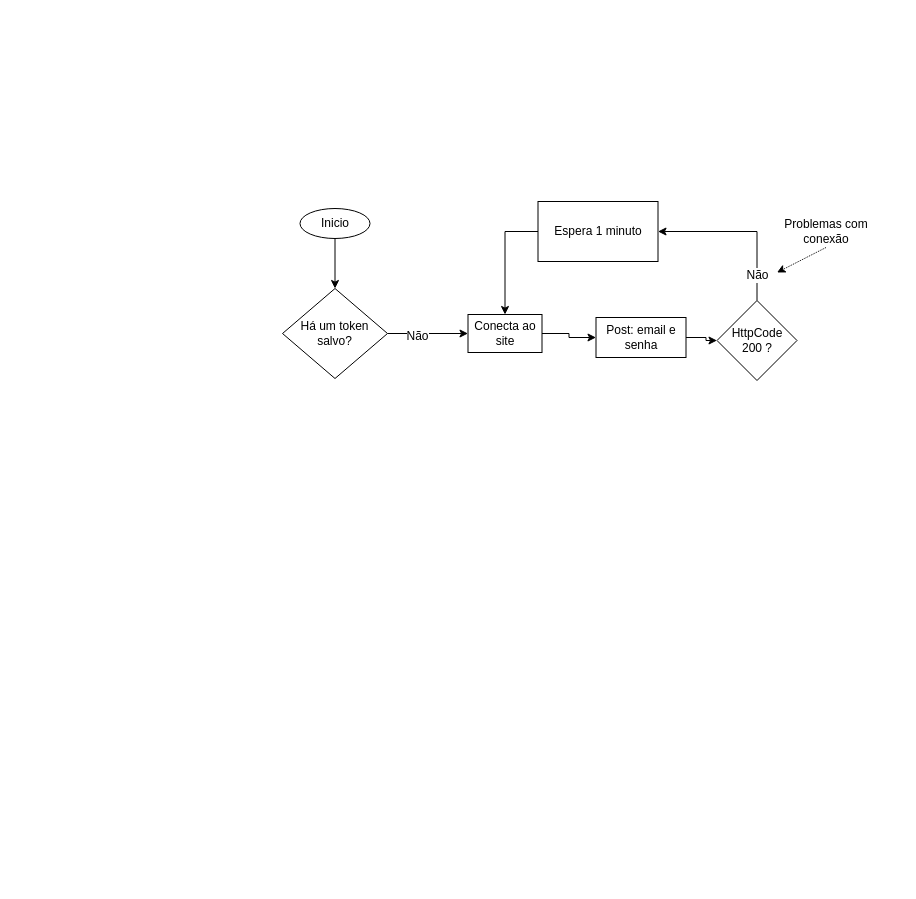
carloskaue/beerdrip keeps this draw.io diagram as Docs/Controle de envio.drawio. Above is the earlier version. Source tidied: cells renumbered, new cells numbered last; positions are measured from the earlier drawing's top-left corner, leaving out a move shared by most shapes. Both pictures are drawn from the tidied source at 100%, with x=0, y=0 at pixel (282, 201).
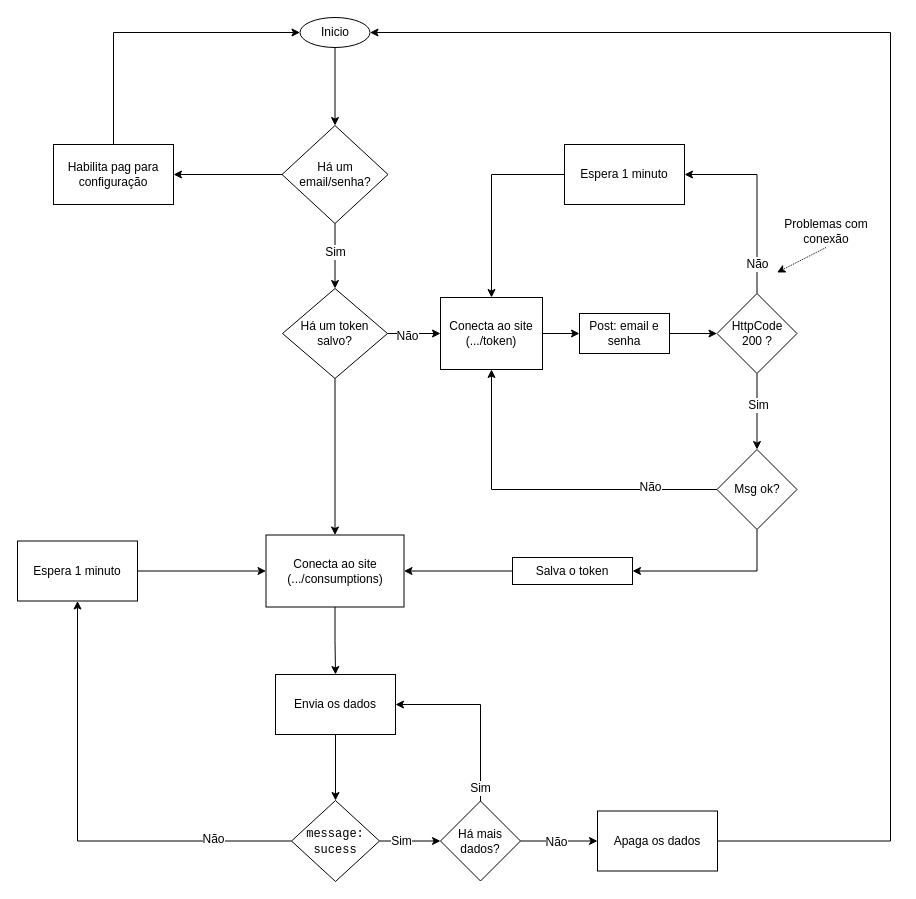
The same page after the edit.

Diff of the diagram source:
```diff
@@
-    <mxCell id="2" style="edgeStyle=orthogonalEdgeStyle;rounded=0;jettySize=auto;html=1;exitX=0.5;exitY=1;exitDx=0;exitDy=0;entryX=0.5;entryY=0;entryDx=0;entryDy=0;" parent="1" edge="1" source="3" target="6">
-      <mxGeometry relative="1" as="geometry" />
-    </mxCell>
+    <mxCell id="18" style="edgeStyle=orthogonalEdgeStyle;rounded=0;jettySize=auto;html=1;entryX=0.5;entryY=0;entryDx=0;entryDy=0;" parent="1" edge="1" source="3" target="33">
+      <mxGeometry relative="1" as="geometry" />
+    </mxCell>
-    <mxCell id="3" value="Inicio" style="ellipse;whiteSpace=wrap;html=1;" parent="1" vertex="1">
-      <mxGeometry x="17.5" y="7" width="70" height="30" as="geometry" />
+    <mxCell id="3" value="Inicio" style="ellipse;whiteSpace=wrap;html=1;flipV=0;" parent="1" vertex="1">
+      <mxGeometry x="17.5" y="-184" width="70" height="30" as="geometry" />
     </mxCell>
@@
+    <mxCell id="19" style="edgeStyle=orthogonalEdgeStyle;rounded=0;jettySize=auto;html=1;entryX=0.5;entryY=0;entryDx=0;entryDy=0;" parent="1" edge="1" source="6" target="29">
+      <mxGeometry relative="1" as="geometry" />
+    </mxCell>
-    <mxCell id="6" value="&lt;div&gt;Há um token&lt;/div&gt;&lt;div&gt;salvo?&lt;br&gt;&lt;/div&gt;" style="rhombus;whiteSpace=wrap;html=1;" parent="1" vertex="1">
+    <mxCell id="6" value="&lt;div&gt;Há um token&lt;/div&gt;&lt;div&gt;salvo?&lt;br&gt;&lt;/div&gt;" style="rhombus;whiteSpace=wrap;html=1;flipV=0;" parent="1" vertex="1">
       <mxGeometry y="87" width="105" height="90" as="geometry" />
     </mxCell>
@@
-    <mxCell id="8" value="Conecta ao site" style="rounded=0;whiteSpace=wrap;html=1;" parent="1" vertex="1">
-      <mxGeometry x="185.5" y="113" width="74" height="38" as="geometry" />
+    <mxCell id="8" value="&lt;div&gt;Conecta ao site&lt;/div&gt;&lt;div&gt;(.../token)&lt;/div&gt;" style="rounded=0;whiteSpace=wrap;html=1;flipH=0;" parent="1" vertex="1">
+      <mxGeometry x="158" y="96" width="102" height="72" as="geometry" />
     </mxCell>
@@
-    <mxCell id="10" value="Post: email e senha" style="rounded=0;whiteSpace=wrap;html=1;" parent="1" vertex="1">
-      <mxGeometry x="313.5" y="116" width="90" height="40" as="geometry" />
+    <mxCell id="10" value="Post: email e senha" style="rounded=0;whiteSpace=wrap;html=1;flipH=0;" parent="1" vertex="1">
+      <mxGeometry x="297" y="112" width="90" height="40" as="geometry" />
     </mxCell>
@@
+    <mxCell id="20" style="edgeStyle=orthogonalEdgeStyle;rounded=0;jettySize=auto;html=1;entryX=0.5;entryY=0;entryDx=0;entryDy=0;exitX=0.5;exitY=1;exitDx=0;exitDy=0;" parent="1" edge="1" source="13" target="25">
+      <mxGeometry relative="1" as="geometry" />
+    </mxCell>
+    <mxCell id="21" value="Sim" style="text;html=1;align=center;verticalAlign=middle;labelBackgroundColor=#ffffff;" parent="20" vertex="1">
+      <mxGeometry x="-0.65" y="1" relative="1" as="geometry">
+        <mxPoint x="-0.5" y="18" as="offset" />
+      </mxGeometry>
+    </mxCell>
-    <mxCell id="13" value="&lt;div&gt;HttpCode&lt;/div&gt;&lt;div&gt;200 ?&lt;br&gt;&lt;/div&gt;" style="rhombus;whiteSpace=wrap;html=1;" parent="1" vertex="1">
-      <mxGeometry x="434.5" y="99" width="80" height="80" as="geometry" />
+    <mxCell id="13" value="&lt;div&gt;HttpCode&lt;/div&gt;&lt;div&gt;200 ?&lt;br&gt;&lt;/div&gt;" style="rhombus;whiteSpace=wrap;html=1;flipH=0;" parent="1" vertex="1">
+      <mxGeometry x="434.5" y="92" width="80" height="80" as="geometry" />
     </mxCell>
@@
     <mxCell id="15" value="Espera 1 minuto" style="rounded=0;whiteSpace=wrap;html=1;" parent="1" vertex="1">
-      <mxGeometry x="255.5" width="120" height="60" as="geometry" />
+      <mxGeometry x="282" y="-57" width="120" height="60" as="geometry" />
     </mxCell>
@@
+    <mxCell id="22" style="edgeStyle=orthogonalEdgeStyle;rounded=0;jettySize=auto;html=1;entryX=0.5;entryY=1;entryDx=0;entryDy=0;" parent="1" edge="1" source="25" target="8">
+      <mxGeometry relative="1" as="geometry" />
+    </mxCell>
+    <mxCell id="23" value="Não" style="text;html=1;align=center;verticalAlign=middle;labelBackgroundColor=#ffffff;" parent="22" vertex="1">
+      <mxGeometry x="-0.61" y="-3" relative="1" as="geometry" />
+    </mxCell>
+    <mxCell id="24" style="edgeStyle=orthogonalEdgeStyle;rounded=0;jettySize=auto;html=1;entryX=1;entryY=0.5;entryDx=0;entryDy=0;exitX=0.5;exitY=1;exitDx=0;exitDy=0;" parent="1" edge="1" source="25" target="27">
+      <mxGeometry relative="1" as="geometry" />
+    </mxCell>
+    <mxCell id="25" value="Msg ok?" style="rhombus;whiteSpace=wrap;html=1;" parent="1" vertex="1">
+      <mxGeometry x="434.5" y="248" width="80" height="80" as="geometry" />
+    </mxCell>
+    <mxCell id="26" style="edgeStyle=orthogonalEdgeStyle;rounded=0;jettySize=auto;html=1;entryX=1;entryY=0.5;entryDx=0;entryDy=0;" parent="1" edge="1" source="27" target="29">
+      <mxGeometry relative="1" as="geometry" />
+    </mxCell>
+    <mxCell id="27" value="Salva o token" style="rounded=0;whiteSpace=wrap;html=1;" parent="1" vertex="1">
+      <mxGeometry x="230" y="356" width="120" height="27" as="geometry" />
+    </mxCell>
+    <mxCell id="28" style="edgeStyle=orthogonalEdgeStyle;rounded=0;jettySize=auto;html=1;" parent="1" edge="1" source="29" target="37">
+      <mxGeometry relative="1" as="geometry" />
+    </mxCell>
+    <mxCell id="29" value="&lt;div&gt;Conecta ao site&lt;/div&gt;&lt;div&gt;(.../consumptions)&lt;/div&gt;" style="rounded=0;whiteSpace=wrap;html=1;" parent="1" vertex="1">
+      <mxGeometry x="-16.5" y="333.5" width="138" height="72" as="geometry" />
+    </mxCell>
+    <mxCell id="30" style="edgeStyle=orthogonalEdgeStyle;rounded=0;jettySize=auto;html=1;entryX=0.5;entryY=0;entryDx=0;entryDy=0;" parent="1" edge="1" source="33" target="6">
+      <mxGeometry relative="1" as="geometry">
+        <Array as="points">
+          <mxPoint x="53" y="50" />
+          <mxPoint x="53" y="50" />
+        </Array>
+      </mxGeometry>
+    </mxCell>
+    <mxCell id="31" value="Sim" style="text;html=1;align=center;verticalAlign=middle;labelBackgroundColor=#ffffff;" parent="30" vertex="1">
+      <mxGeometry x="-0.14" y="17" relative="1" as="geometry">
+        <mxPoint x="-17" as="offset" />
+      </mxGeometry>
+    </mxCell>
+    <mxCell id="32" style="edgeStyle=orthogonalEdgeStyle;rounded=0;jettySize=auto;html=1;entryX=1;entryY=0.5;entryDx=0;entryDy=0;" parent="1" edge="1" source="33" target="35">
+      <mxGeometry relative="1" as="geometry" />
+    </mxCell>
+    <mxCell id="33" value="Há um email/senha?" style="rhombus;whiteSpace=wrap;html=1;flipV=0;" parent="1" vertex="1">
+      <mxGeometry x="-0.5" y="-76" width="106" height="98" as="geometry" />
+    </mxCell>
+    <mxCell id="34" style="edgeStyle=orthogonalEdgeStyle;rounded=0;jettySize=auto;html=1;entryX=0;entryY=0.5;entryDx=0;entryDy=0;exitX=0.5;exitY=0;exitDx=0;exitDy=0;" parent="1" edge="1" source="35" target="3">
+      <mxGeometry relative="1" as="geometry" />
+    </mxCell>
+    <mxCell id="35" value="Habilita pag para configuração" style="rounded=0;whiteSpace=wrap;html=1;" parent="1" vertex="1">
+      <mxGeometry x="-229" y="-57" width="120" height="60" as="geometry" />
+    </mxCell>
+    <mxCell id="36" style="edgeStyle=orthogonalEdgeStyle;rounded=0;jettySize=auto;html=1;entryX=0.5;entryY=0;entryDx=0;entryDy=0;" parent="1" edge="1" source="37" target="42">
+      <mxGeometry relative="1" as="geometry" />
+    </mxCell>
+    <mxCell id="37" value="Envia os dados" style="rounded=0;whiteSpace=wrap;html=1;" parent="1" vertex="1">
+      <mxGeometry x="-7" y="473" width="120" height="60" as="geometry" />
+    </mxCell>
+    <mxCell id="38" style="edgeStyle=orthogonalEdgeStyle;rounded=0;jettySize=auto;html=1;entryX=0.5;entryY=1;entryDx=0;entryDy=0;" parent="1" edge="1" source="42" target="44">
+      <mxGeometry relative="1" as="geometry" />
+    </mxCell>
+    <mxCell id="39" value="Não" style="text;html=1;align=center;verticalAlign=middle;labelBackgroundColor=#ffffff;" parent="38" vertex="1">
+      <mxGeometry x="-0.65" y="-2" relative="1" as="geometry" />
+    </mxCell>
+    <mxCell id="40" style="edgeStyle=orthogonalEdgeStyle;rounded=0;jettySize=auto;html=1;entryX=0;entryY=0.5;entryDx=0;entryDy=0;" parent="1" edge="1" source="42" target="49">
+      <mxGeometry relative="1" as="geometry" />
+    </mxCell>
+    <mxCell id="41" value="Sim" style="text;html=1;align=center;verticalAlign=middle;labelBackgroundColor=#ffffff;" parent="40" vertex="1">
+      <mxGeometry x="-0.3" relative="1" as="geometry" />
+    </mxCell>
+    <mxCell id="42" value="&lt;div&gt;&lt;code&gt;&lt;span class=&quot;w&quot;&gt;&lt;/span&gt;&lt;span class=&quot;err&quot;&gt;message:&lt;/span&gt;&lt;span class=&quot;w&quot;&gt;&lt;br&gt;&lt;/span&gt;&lt;/code&gt;&lt;/div&gt;&lt;div&gt;&lt;code&gt;&lt;span class=&quot;err&quot;&gt;sucess&lt;/span&gt;&lt;/code&gt;&lt;/div&gt;" style="rhombus;whiteSpace=wrap;html=1;" parent="1" vertex="1">
+      <mxGeometry x="9" y="599" width="88" height="81" as="geometry" />
+    </mxCell>
+    <mxCell id="43" style="edgeStyle=orthogonalEdgeStyle;rounded=0;jettySize=auto;html=1;entryX=0;entryY=0.5;entryDx=0;entryDy=0;" parent="1" edge="1" source="44" target="29">
+      <mxGeometry relative="1" as="geometry" />
+    </mxCell>
+    <mxCell id="44" value="Espera 1 minuto" style="rounded=0;whiteSpace=wrap;html=1;" parent="1" vertex="1">
+      <mxGeometry x="-265" y="339.5" width="120" height="60" as="geometry" />
+    </mxCell>
+    <mxCell id="45" style="edgeStyle=orthogonalEdgeStyle;rounded=0;jettySize=auto;html=1;entryX=1;entryY=0.5;entryDx=0;entryDy=0;exitX=0.5;exitY=0;exitDx=0;exitDy=0;" parent="1" edge="1" source="49" target="37">
+      <mxGeometry relative="1" as="geometry" />
+    </mxCell>
+    <mxCell id="46" value="Sim" style="text;html=1;align=center;verticalAlign=middle;labelBackgroundColor=#ffffff;" parent="45" vertex="1">
+      <mxGeometry x="-0.86" y="1" relative="1" as="geometry" />
+    </mxCell>
+    <mxCell id="47" style="edgeStyle=orthogonalEdgeStyle;rounded=0;jettySize=auto;html=1;entryX=0;entryY=0.5;entryDx=0;entryDy=0;" parent="1" edge="1" source="49" target="51">
+      <mxGeometry relative="1" as="geometry" />
+    </mxCell>
+    <mxCell id="48" value="Não" style="text;html=1;align=center;verticalAlign=middle;labelBackgroundColor=#ffffff;" parent="47" vertex="1">
+      <mxGeometry y="-4" relative="1" as="geometry">
+        <mxPoint x="-4" y="-3" as="offset" />
+      </mxGeometry>
+    </mxCell>
+    <mxCell id="49" value="Há mais dados?" style="rhombus;whiteSpace=wrap;html=1;" parent="1" vertex="1">
+      <mxGeometry x="158" y="599.5" width="80" height="80" as="geometry" />
+    </mxCell>
+    <mxCell id="50" style="edgeStyle=orthogonalEdgeStyle;rounded=0;jettySize=auto;html=1;entryX=1;entryY=0.5;entryDx=0;entryDy=0;" parent="1" edge="1" source="51" target="3">
+      <mxGeometry relative="1" as="geometry">
+        <Array as="points">
+          <mxPoint x="608" y="640" />
+          <mxPoint x="608" y="-169" />
+        </Array>
+      </mxGeometry>
+    </mxCell>
+    <mxCell id="51" value="Apaga os dados" style="rounded=0;whiteSpace=wrap;html=1;" parent="1" vertex="1">
+      <mxGeometry x="315" y="609.5" width="120" height="60" as="geometry" />
+    </mxCell>
```
